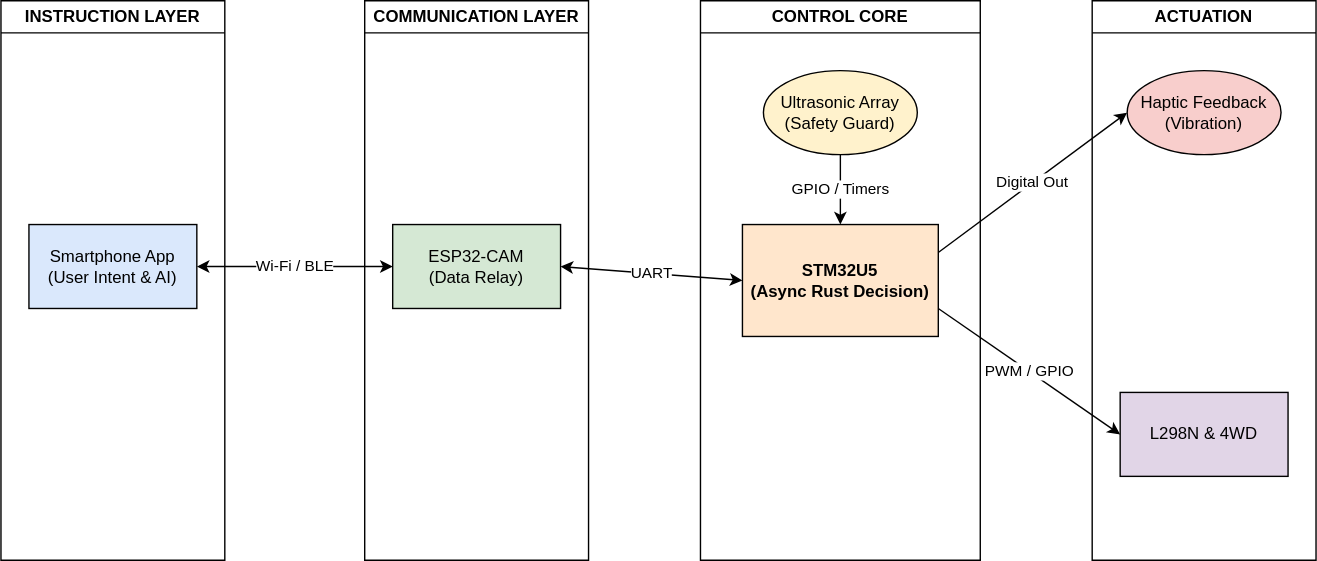
Earlier version of the draw.io export website/versioned_docs/version-fils_en/project/2026/dorian_gabriel.toros/images/OrionArchitecture.svg (TorosDorian-Gabriel/website). Source tidied: cells renumbered, new cells last; positions are measured from the earlier drawing's top-left corner, leaving out a move shared by most shapes. The source it was exported from:
```xml
<mxGraphModel>
  <root>
    <mxCell id="0" />
    <mxCell id="1" parent="0" />
    <mxCell id="2" value="INSTRUCTION LAYER" style="swimlane;whiteSpace=wrap;html=1;startSize=23;" parent="1" vertex="1">
      <mxGeometry width="160" height="400" as="geometry" />
    </mxCell>
    <mxCell id="3" value="Smartphone App&lt;br&gt;(User Intent &amp;amp; AI)" style="rounded=0;whiteSpace=wrap;html=1;fillColor=#dae8fc;" parent="2" vertex="1">
      <mxGeometry x="20" y="160" width="120" height="60" as="geometry" />
    </mxCell>
    <mxCell id="4" value="COMMUNICATION LAYER" style="swimlane;whiteSpace=wrap;html=1;startSize=23;" parent="1" vertex="1">
      <mxGeometry x="260" width="160" height="400" as="geometry" />
    </mxCell>
    <mxCell id="5" value="ESP32-CAM&lt;br&gt;(Data Relay)" style="rounded=0;whiteSpace=wrap;html=1;fillColor=#d5e8d4;" parent="4" vertex="1">
      <mxGeometry x="20" y="160" width="120" height="60" as="geometry" />
    </mxCell>
    <mxCell id="6" value="CONTROL CORE" style="swimlane;whiteSpace=wrap;html=1;startSize=23;" parent="1" vertex="1">
      <mxGeometry x="500" width="200" height="400" as="geometry" />
    </mxCell>
    <mxCell id="7" value="STM32U5&lt;br&gt;(Async Rust Decision)" style="rounded=0;whiteSpace=wrap;html=1;fillColor=#ffe6cc;fontStyle=1;" parent="6" vertex="1">
      <mxGeometry x="30" y="160" width="140" height="80" as="geometry" />
    </mxCell>
    <mxCell id="8" value="Ultrasonic Array&lt;br&gt;(Safety Guard)" style="ellipse;whiteSpace=wrap;html=1;fillColor=#fff2cc;" parent="6" vertex="1">
      <mxGeometry x="45" y="50" width="110" height="60" as="geometry" />
    </mxCell>
    <mxCell id="9" value="ACTUATION" style="swimlane;whiteSpace=wrap;html=1;startSize=23;" parent="1" vertex="1">
      <mxGeometry x="780" width="160" height="400" as="geometry" />
    </mxCell>
    <mxCell id="10" value="L298N &amp;amp; 4WD" style="rounded=0;whiteSpace=wrap;html=1;fillColor=#e1d5e7;" parent="9" vertex="1">
      <mxGeometry x="20" y="280" width="120" height="60" as="geometry" />
    </mxCell>
    <mxCell id="11" value="Haptic Feedback&lt;br&gt;(Vibration)" style="ellipse;whiteSpace=wrap;html=1;fillColor=#f8cecc;" parent="9" vertex="1">
      <mxGeometry x="25" y="50" width="110" height="60" as="geometry" />
    </mxCell>
    <mxCell id="12" value="Wi-Fi / BLE" style="endArrow=classic;startArrow=classic;html=1;exitX=1;exitY=0.5;entryX=0;entryY=0.5;" parent="1" edge="1" source="3" target="5">
      <mxGeometry relative="1" as="geometry" />
    </mxCell>
    <mxCell id="13" value="UART" style="endArrow=classic;startArrow=classic;html=1;exitX=1;exitY=0.5;entryX=0;entryY=0.5;" parent="1" edge="1" source="5" target="7">
      <mxGeometry relative="1" as="geometry" />
    </mxCell>
    <mxCell id="14" value="GPIO / Timers" style="endArrow=classic;html=1;exitX=0.5;exitY=1;entryX=0.5;entryY=0;" parent="1" edge="1" source="8" target="7">
      <mxGeometry relative="1" as="geometry" />
    </mxCell>
    <mxCell id="15" value="PWM / GPIO" style="endArrow=classic;html=1;exitX=1;exitY=0.75;entryX=0;entryY=0.5;" parent="1" edge="1" source="7" target="10">
      <mxGeometry relative="1" as="geometry" />
    </mxCell>
    <mxCell id="16" value="Digital Out" style="endArrow=classic;html=1;exitX=1;exitY=0.25;entryX=0;entryY=0.5;" parent="1" edge="1" source="7" target="11">
      <mxGeometry relative="1" as="geometry" />
    </mxCell>
  </root>
</mxGraphModel>
```
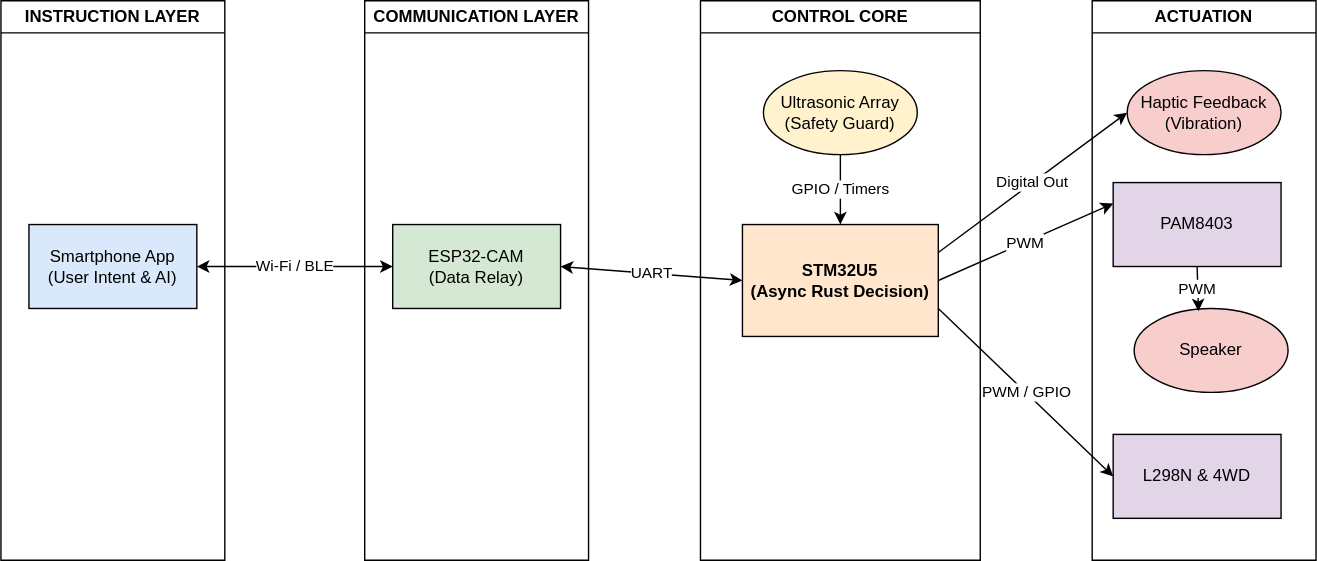
After the change.

Change to the diagram source:
```diff
@@ -27,11 +27,20 @@
       <mxGeometry x="780" width="160" height="400" as="geometry" />
     </mxCell>
     <mxCell id="10" value="L298N &amp;amp; 4WD" style="rounded=0;whiteSpace=wrap;html=1;fillColor=#e1d5e7;" parent="9" vertex="1">
-      <mxGeometry x="20" y="280" width="120" height="60" as="geometry" />
+      <mxGeometry x="15" y="310" width="120" height="60" as="geometry" />
     </mxCell>
     <mxCell id="11" value="Haptic Feedback&lt;br&gt;(Vibration)" style="ellipse;whiteSpace=wrap;html=1;fillColor=#f8cecc;" parent="9" vertex="1">
       <mxGeometry x="25" y="50" width="110" height="60" as="geometry" />
     </mxCell>
+    <mxCell id="17" value="PAM8403" style="rounded=0;whiteSpace=wrap;html=1;fillColor=#e1d5e7;" parent="9" vertex="1">
+      <mxGeometry x="15" y="130" width="120" height="60" as="geometry" />
+    </mxCell>
+    <mxCell id="18" value="Speaker" style="ellipse;whiteSpace=wrap;html=1;fillColor=#f8cecc;" parent="9" vertex="1">
+      <mxGeometry x="30" y="220" width="110" height="60" as="geometry" />
+    </mxCell>
+    <mxCell id="19" value="PWM" style="endArrow=classic;html=1;exitX=0.5;exitY=1;exitDx=0;exitDy=0;entryX=0.418;entryY=0.033;entryDx=0;entryDy=0;entryPerimeter=0;" parent="9" edge="1" source="17" target="18">
+      <mxGeometry relative="1" as="geometry" />
+    </mxCell>
     <mxCell id="12" value="Wi-Fi / BLE" style="endArrow=classic;startArrow=classic;html=1;exitX=1;exitY=0.5;entryX=0;entryY=0.5;" parent="1" edge="1" source="3" target="5">
       <mxGeometry relative="1" as="geometry" />
     </mxCell>
@@ -47,5 +56,8 @@
     <mxCell id="16" value="Digital Out" style="endArrow=classic;html=1;exitX=1;exitY=0.25;entryX=0;entryY=0.5;" parent="1" edge="1" source="7" target="11">
       <mxGeometry relative="1" as="geometry" />
     </mxCell>
+    <mxCell id="20" value="PWM" style="endArrow=classic;html=1;exitX=1;exitY=0.5;exitDx=0;exitDy=0;entryX=0;entryY=0.25;entryDx=0;entryDy=0;" parent="1" edge="1" source="7" target="17">
+      <mxGeometry relative="1" as="geometry" />
+    </mxCell>
   </root>
 </mxGraphModel>
```
